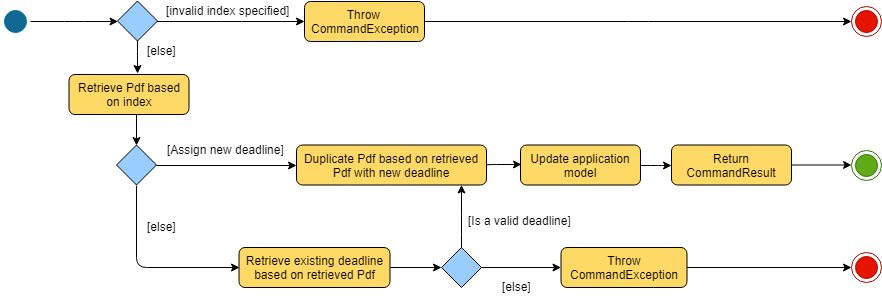
Before: docs/images/DeadlineCommandActivityDiagram.png, a diagram exported from draw.io (nus-cs2103-AY1819S2/addressbook-level4). Source tidied: cells renumbered, new cells last; positions are measured from the earlier drawing's top-left corner, leaving out a move shared by most shapes.
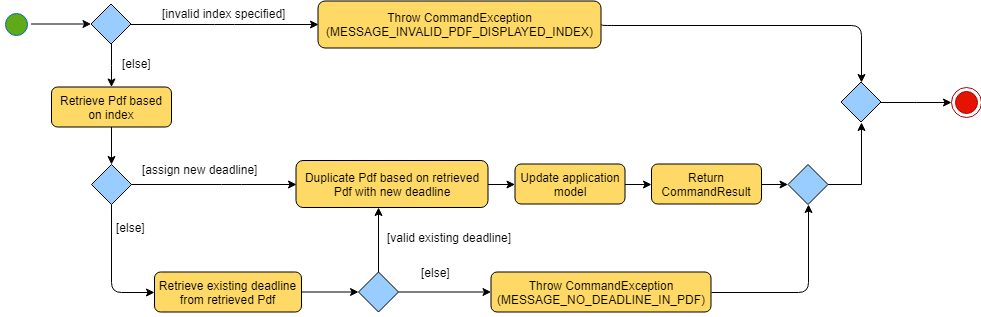
Later version of the same file.

Commit message:
Update diagrams for DeadlineCommand in DG

Change to the diagram source:
```diff
@@ -5,128 +5,123 @@
     <mxCell id="2" style="edgeStyle=orthogonalEdgeStyle;rounded=1;jettySize=auto;html=1;strokeColor=#000000;" parent="1" edge="1" source="3" target="8">
       <mxGeometry relative="1" as="geometry" />
     </mxCell>
-    <mxCell id="3" style="ellipse;html=1;shape=startState;fillColor=#116891;strokeColor=#006EAF;fontColor=#ffffff;" parent="1" vertex="1">
-      <mxGeometry y="6" width="30" height="30" as="geometry" />
+    <mxCell id="3" style="ellipse;html=1;shape=startState;fillColor=#60A917;strokeColor=#006EAF;fontColor=#ffffff;" parent="1" vertex="1">
+      <mxGeometry x="0.5" y="-23.5" width="30" height="30" as="geometry" />
     </mxCell>
     <mxCell id="4" style="ellipse;shape=endState;fillColor=#e51400;strokeColor=#B20000;fontColor=#ffffff;" parent="1" vertex="1">
-      <mxGeometry x="851" y="5.5" width="30" height="30" as="geometry" />
+      <mxGeometry x="950.5" y="54.5" width="30" height="30" as="geometry" />
     </mxCell>
-    <mxCell id="5" style="edgeStyle=orthogonalEdgeStyle;rounded=1;jettySize=auto;html=1;strokeColor=#000000;exitX=1;exitY=0.5;exitDx=0;exitDy=0;" parent="1" edge="1" source="12" target="4">
-      <mxGeometry relative="1" as="geometry" />
+    <mxCell id="5" style="edgeStyle=orthogonalEdgeStyle;rounded=1;jettySize=auto;html=1;strokeColor=#000000;exitX=1;exitY=0.5;exitDx=0;exitDy=0;entryX=0.5;entryY=0;entryDx=0;entryDy=0;" parent="1" edge="1" source="12" target="41">
+      <mxGeometry relative="1" as="geometry">
+        <Array as="points">
+          <mxPoint x="860.5" y="-7.5" />
+        </Array>
+      </mxGeometry>
     </mxCell>
+    <mxCell id="7" style="edgeStyle=orthogonalEdgeStyle;rounded=1;jettySize=auto;html=1;strokeColor=#000000;entryX=0;entryY=0.5;entryDx=0;entryDy=0;" parent="1" edge="1" source="8" target="12">
+      <mxGeometry relative="1" as="geometry" />
+    </mxCell>
-    <mxCell id="6" style="edgeStyle=orthogonalEdgeStyle;rounded=1;jettySize=auto;html=1;strokeColor=#000000;entryX=0.571;entryY=-0.025;entryDx=0;entryDy=0;entryPerimeter=0;" parent="1" edge="1" source="8" target="11">
+    <mxCell id="6" style="edgeStyle=orthogonalEdgeStyle;rounded=0;jettySize=auto;html=1;" parent="1" edge="1" source="8" target="11">
       <mxGeometry relative="1" as="geometry" />
     </mxCell>
-    <mxCell id="7" style="edgeStyle=orthogonalEdgeStyle;rounded=1;jettySize=auto;html=1;strokeColor=#000000;entryX=0;entryY=0.5;entryDx=0;entryDy=0;" parent="1" edge="1" source="8" target="12">
-      <mxGeometry relative="1" as="geometry" />
-    </mxCell>
     <mxCell id="8" style="rhombus;whiteSpace=wrap;html=1;fillColor=#99CCFF;" parent="1" vertex="1">
-      <mxGeometry x="117" y="0.5" width="40" height="40" as="geometry" />
+      <mxGeometry x="90.5" y="-28.5" width="40" height="40" as="geometry" />
     </mxCell>
     <mxCell id="9" value="[else]" style="text;html=1;align=left;verticalAlign=top;spacingTop=-4;" parent="1" vertex="1">
-      <mxGeometry x="145" y="41" width="40" height="20" as="geometry" />
+      <mxGeometry x="119.5" y="22" width="40" height="20" as="geometry" />
     </mxCell>
-    <mxCell id="10" style="edgeStyle=orthogonalEdgeStyle;rounded=1;jettySize=auto;html=1;strokeColor=#000000;entryX=0.5;entryY=0;entryDx=0;entryDy=0;" parent="1" edge="1" target="20">
-      <mxGeometry relative="1" as="geometry">
-        <mxPoint x="136" y="114" as="sourcePoint" />
-        <Array as="points">
-          <mxPoint x="136" y="114" />
-        </Array>
-      </mxGeometry>
-    </mxCell>
+    <mxCell id="12" value="Throw&amp;nbsp;CommandException (&lt;span&gt;MESSAGE_INVALID_PDF_DISPLAYED_INDEX&lt;/span&gt;&lt;span&gt;)&lt;/span&gt;&lt;br&gt;" style="rounded=1;whiteSpace=wrap;html=1;fillColor=#FFD966;" parent="1" vertex="1">
+      <mxGeometry x="317.5" y="-31.5" width="283" height="47" as="geometry" />
+    </mxCell>
+    <mxCell id="37" style="edgeStyle=orthogonalEdgeStyle;rounded=0;jettySize=auto;html=1;" parent="1" edge="1" source="18" target="53">
+      <mxGeometry relative="1" as="geometry" />
+    </mxCell>
+    <mxCell id="18" value="&lt;p&gt;Retrieve existing deadline from retrieved Pdf&lt;/p&gt;" style="rounded=1;whiteSpace=wrap;html=1;fillColor=#FFD966;" parent="1" vertex="1">
+      <mxGeometry x="154" y="239.5" width="147" height="40" as="geometry" />
+    </mxCell>
+    <mxCell id="38" style="edgeStyle=orthogonalEdgeStyle;rounded=1;jettySize=auto;html=1;strokeColor=#000000;entryX=0.5;entryY=1;entryDx=0;entryDy=0;exitX=1;exitY=0.5;exitDx=0;exitDy=0;" parent="1" edge="1" source="39" target="44">
+      <mxGeometry relative="1" as="geometry">
+        <Array as="points">
+          <mxPoint x="808" y="260" />
+        </Array>
+      </mxGeometry>
+    </mxCell>
+    <mxCell id="39" value="&lt;p&gt;Throw CommandException (&lt;span&gt;MESSAGE_NO_DEADLINE_IN_PDF)&lt;/span&gt;&lt;/p&gt;" style="rounded=1;whiteSpace=wrap;html=1;fillColor=#FFD966;" parent="1" vertex="1">
+      <mxGeometry x="490.5" y="239.5" width="220" height="40" as="geometry" />
+    </mxCell>
+    <mxCell id="19" value="[invalid index specified]" style="text;html=1;align=left;verticalAlign=top;spacingTop=-4;" parent="1" vertex="1">
+      <mxGeometry x="159.5" y="-28" width="140" height="20" as="geometry" />
+    </mxCell>
+    <mxCell id="40" style="edgeStyle=orthogonalEdgeStyle;rounded=0;jettySize=auto;html=1;entryX=0;entryY=0.5;entryDx=0;entryDy=0;" parent="1" edge="1" source="41" target="4">
+      <mxGeometry relative="1" as="geometry" />
+    </mxCell>
+    <mxCell id="41" style="rhombus;whiteSpace=wrap;html=1;fillColor=#99CCFF;" parent="1" vertex="1">
+      <mxGeometry x="840.5" y="49.5" width="40" height="40" as="geometry" />
+    </mxCell>
+    <mxCell id="42" style="rhombus;whiteSpace=wrap;html=1;fillColor=#99CCFF;" parent="1" vertex="1">
+      <mxGeometry x="91" y="132" width="40" height="40" as="geometry" />
+    </mxCell>
+    <mxCell id="43" style="edgeStyle=orthogonalEdgeStyle;rounded=0;jettySize=auto;html=1;entryX=0.5;entryY=1;entryDx=0;entryDy=0;" parent="1" edge="1" source="44" target="41">
+      <mxGeometry relative="1" as="geometry" />
+    </mxCell>
+    <mxCell id="44" style="rhombus;whiteSpace=wrap;html=1;fillColor=#99CCFF;" parent="1" vertex="1">
+      <mxGeometry x="787.5" y="132" width="40" height="40" as="geometry" />
+    </mxCell>
+    <mxCell id="45" value="[assign new deadline]" style="text;html=1;align=left;verticalAlign=top;spacingTop=-4;" parent="1" vertex="1">
+      <mxGeometry x="139.5" y="128" width="130" height="20" as="geometry" />
+    </mxCell>
+    <mxCell id="46" value="[else]" style="text;html=1;align=left;verticalAlign=top;spacingTop=-4;" parent="1" vertex="1">
+      <mxGeometry x="114" y="186" width="40" height="20" as="geometry" />
+    </mxCell>
+    <mxCell id="47" style="edgeStyle=orthogonalEdgeStyle;rounded=1;jettySize=auto;html=1;strokeColor=#000000;entryX=0;entryY=0.5;entryDx=0;entryDy=0;exitX=0.5;exitY=1;exitDx=0;exitDy=0;" parent="1" edge="1" source="42" target="18">
+      <mxGeometry relative="1" as="geometry" />
+    </mxCell>
+    <mxCell id="48" style="edgeStyle=orthogonalEdgeStyle;rounded=0;jettySize=auto;html=1;" parent="1" edge="1" source="24" target="56">
+      <mxGeometry relative="1" as="geometry" />
+    </mxCell>
+    <mxCell id="24" value="Duplicate Pdf based on retrieved Pdf with new deadline" style="rounded=1;whiteSpace=wrap;html=1;fillColor=#FFD966;" parent="1" vertex="1">
+      <mxGeometry x="295.5" y="128" width="192" height="47" as="geometry" />
+    </mxCell>
+    <mxCell id="49" style="edgeStyle=orthogonalEdgeStyle;rounded=1;jettySize=auto;html=1;strokeColor=#000000;exitX=1;exitY=0.5;exitDx=0;exitDy=0;entryX=0;entryY=0.5;entryDx=0;entryDy=0;" parent="1" edge="1" source="42" target="24">
+      <mxGeometry relative="1" as="geometry">
+        <Array as="points">
+          <mxPoint x="231" y="152" />
+          <mxPoint x="231" y="152" />
+        </Array>
+      </mxGeometry>
+    </mxCell>
+    <mxCell id="50" style="edgeStyle=orthogonalEdgeStyle;rounded=0;jettySize=auto;html=1;" parent="1" edge="1" source="11" target="42">
+      <mxGeometry relative="1" as="geometry" />
+    </mxCell>
-    <mxCell id="11" value="Retrieve Pdf based on index" style="rounded=1;whiteSpace=wrap;html=1;fillColor=#FFD966;" parent="1" vertex="1">
-      <mxGeometry x="68.5" y="74" width="120" height="40" as="geometry" />
+    <mxCell id="11" value="&lt;p&gt;Retrieve Pdf based on index&lt;/p&gt;" style="rounded=1;whiteSpace=wrap;html=1;fillColor=#FFD966;" parent="1" vertex="1">
+      <mxGeometry x="51" y="54.5" width="120" height="40" as="geometry" />
     </mxCell>
-    <mxCell id="12" value="Throw&amp;nbsp;&lt;br&gt;CommandException" style="rounded=1;whiteSpace=wrap;html=1;fillColor=#FFD966;" parent="1" vertex="1">
-      <mxGeometry x="304" y="1" width="120" height="40" as="geometry" />
-    </mxCell>
-    <mxCell id="13" value="[else]" style="text;html=1;align=left;verticalAlign=top;spacingTop=-4;" parent="1" vertex="1">
-      <mxGeometry x="145" y="217" width="40" height="20" as="geometry" />
-    </mxCell>
-    <mxCell id="14" value="[Assign new deadline]" style="text;html=1;align=left;verticalAlign=top;spacingTop=-4;" parent="1" vertex="1">
-      <mxGeometry x="165" y="139.5" width="130" height="20" as="geometry" />
-    </mxCell>
-    <mxCell id="15" style="edgeStyle=orthogonalEdgeStyle;rounded=1;jettySize=auto;html=1;strokeColor=#000000;exitX=1;exitY=0.5;exitDx=0;exitDy=0;entryX=0;entryY=0.5;entryDx=0;entryDy=0;" parent="1" edge="1" source="20" target="24">
-      <mxGeometry relative="1" as="geometry" />
-    </mxCell>
-    <mxCell id="16" value="Retrieve existing deadline based on retrieved Pdf" style="rounded=1;whiteSpace=wrap;html=1;fillColor=#FFD966;" parent="1" vertex="1">
-      <mxGeometry x="238.5" y="247" width="151" height="40" as="geometry" />
-    </mxCell>
-    <mxCell id="17" style="edgeStyle=orthogonalEdgeStyle;rounded=1;jettySize=auto;html=1;strokeColor=#000000;entryX=0;entryY=0.5;entryDx=0;entryDy=0;" parent="1" edge="1" source="18" target="23">
-      <mxGeometry relative="1" as="geometry" />
-    </mxCell>
-    <mxCell id="18" value="&lt;p&gt;Update application model&lt;/p&gt;" style="rounded=1;whiteSpace=wrap;html=1;fillColor=#FFD966;" parent="1" vertex="1">
-      <mxGeometry x="520" y="144.5" width="120" height="40" as="geometry" />
-    </mxCell>
-    <mxCell id="19" value="[invalid index specified]" style="text;html=1;align=left;verticalAlign=top;spacingTop=-4;" parent="1" vertex="1">
-      <mxGeometry x="164" y="1" width="140" height="20" as="geometry" />
-    </mxCell>
-    <mxCell id="20" style="rhombus;whiteSpace=wrap;html=1;fillColor=#99CCFF;" parent="1" vertex="1">
-      <mxGeometry x="116" y="144.5" width="40" height="40" as="geometry" />
-    </mxCell>
-    <mxCell id="21" style="edgeStyle=orthogonalEdgeStyle;rounded=1;jettySize=auto;html=1;strokeColor=#000000;entryX=0;entryY=0.5;entryDx=0;entryDy=0;exitX=0.5;exitY=1;exitDx=0;exitDy=0;" parent="1" edge="1" source="20" target="16">
-      <mxGeometry relative="1" as="geometry" />
-    </mxCell>
-    <mxCell id="22" style="edgeStyle=orthogonalEdgeStyle;rounded=0;jettySize=auto;html=1;" parent="1" edge="1" target="23">
-      <mxGeometry relative="1" as="geometry">
-        <mxPoint x="751" y="165" as="sourcePoint" />
-        <Array as="points">
-          <mxPoint x="761" y="165" />
-          <mxPoint x="761" y="166" />
-        </Array>
-      </mxGeometry>
-    </mxCell>
+    <mxCell id="51" style="edgeStyle=orthogonalEdgeStyle;rounded=0;jettySize=auto;html=1;entryX=0.43;entryY=1;entryDx=0;entryDy=0;entryPerimeter=0;" parent="1" edge="1" source="53" target="24">
+      <mxGeometry relative="1" as="geometry" />
+    </mxCell>
+    <mxCell id="52" style="edgeStyle=orthogonalEdgeStyle;rounded=0;jettySize=auto;html=1;" parent="1" edge="1" source="53" target="39">
+      <mxGeometry relative="1" as="geometry" />
+    </mxCell>
+    <mxCell id="53" style="rhombus;whiteSpace=wrap;html=1;fillColor=#99CCFF;" parent="1" vertex="1">
+      <mxGeometry x="358" y="239.5" width="40" height="40" as="geometry" />
+    </mxCell>
+    <mxCell id="54" value="[else]" style="text;html=1;align=left;verticalAlign=top;spacingTop=-4;" parent="1" vertex="1">
+      <mxGeometry x="419" y="230.5" width="40" height="20" as="geometry" />
+    </mxCell>
+    <mxCell id="55" style="edgeStyle=orthogonalEdgeStyle;rounded=0;jettySize=auto;html=1;" parent="1" edge="1" source="56" target="23">
+      <mxGeometry relative="1" as="geometry" />
+    </mxCell>
+    <mxCell id="56" value="&lt;p&gt;Update application model&lt;/p&gt;" style="rounded=1;whiteSpace=wrap;html=1;fillColor=#FFD966;" parent="1" vertex="1">
+      <mxGeometry x="514.5" y="131.5" width="110" height="40" as="geometry" />
+    </mxCell>
+    <mxCell id="57" style="edgeStyle=orthogonalEdgeStyle;rounded=0;jettySize=auto;html=1;" parent="1" edge="1" source="23" target="44">
+      <mxGeometry relative="1" as="geometry" />
+    </mxCell>
-    <mxCell id="23" value="Return CommandResult" style="rounded=1;whiteSpace=wrap;html=1;fillColor=#FFD966;" parent="1" vertex="1">
-      <mxGeometry x="671" y="144.5" width="120" height="40" as="geometry" />
+    <mxCell id="23" value="&lt;p&gt;Return CommandResult&lt;/p&gt;" style="rounded=1;whiteSpace=wrap;html=1;fillColor=#FFD966;" parent="1" vertex="1">
+      <mxGeometry x="651" y="131.5" width="110" height="40" as="geometry" />
     </mxCell>
-    <mxCell id="24" value="&lt;p&gt;Duplicate Pdf based on retrieved Pdf with new deadline&lt;/p&gt;" style="rounded=1;whiteSpace=wrap;html=1;fillColor=#FFD966;" parent="1" vertex="1">
-      <mxGeometry x="296" y="144.5" width="190" height="40" as="geometry" />
-    </mxCell>
-    <mxCell id="25" style="edgeStyle=orthogonalEdgeStyle;rounded=1;jettySize=auto;html=1;strokeColor=#000000;exitX=1;exitY=0.5;exitDx=0;exitDy=0;" parent="1" edge="1" source="24">
-      <mxGeometry relative="1" as="geometry">
-        <mxPoint x="521" y="164" as="targetPoint" />
-        <Array as="points">
-          <mxPoint x="486" y="164" />
-        </Array>
-      </mxGeometry>
-    </mxCell>
-    <mxCell id="26" style="edgeStyle=orthogonalEdgeStyle;rounded=0;jettySize=auto;html=1;" parent="1" edge="1" source="27" target="31">
-      <mxGeometry relative="1" as="geometry" />
-    </mxCell>
-    <mxCell id="27" style="rhombus;whiteSpace=wrap;html=1;fillColor=#99CCFF;" parent="1" vertex="1">
-      <mxGeometry x="441" y="247" width="40" height="40" as="geometry" />
-    </mxCell>
-    <mxCell id="28" style="edgeStyle=orthogonalEdgeStyle;rounded=1;jettySize=auto;html=1;strokeColor=#000000;exitX=0.5;exitY=0;exitDx=0;exitDy=0;" parent="1" edge="1" source="27" target="24">
-      <mxGeometry relative="1" as="geometry">
-        <Array as="points">
-          <mxPoint x="461" y="224" />
-          <mxPoint x="461" y="224" />
-        </Array>
-      </mxGeometry>
-    </mxCell>
-    <mxCell id="29" value="[Is a valid deadline]" style="text;html=1;align=left;verticalAlign=top;spacingTop=-4;" parent="1" vertex="1">
-      <mxGeometry x="466" y="211" width="120" height="20" as="geometry" />
-    </mxCell>
-    <mxCell id="30" style="edgeStyle=orthogonalEdgeStyle;rounded=1;jettySize=auto;html=1;strokeColor=#000000;entryX=0;entryY=0.5;entryDx=0;entryDy=0;exitX=1;exitY=0.5;exitDx=0;exitDy=0;" parent="1" edge="1" source="16" target="27">
-      <mxGeometry relative="1" as="geometry" />
-    </mxCell>
-    <mxCell id="31" value="&lt;p&gt;Throw CommandException&lt;/p&gt;" style="rounded=1;whiteSpace=wrap;html=1;fillColor=#FFD966;" parent="1" vertex="1">
-      <mxGeometry x="560.5" y="247" width="126" height="40" as="geometry" />
-    </mxCell>
-    <mxCell id="32" value="[else]" style="text;html=1;align=left;verticalAlign=top;spacingTop=-4;" parent="1" vertex="1">
-      <mxGeometry x="500" y="277" width="40" height="20" as="geometry" />
-    </mxCell>
-    <mxCell id="33" style="ellipse;shape=endState;fillColor=#e51400;strokeColor=#B20000;fontColor=#ffffff;" parent="1" vertex="1">
-      <mxGeometry x="851" y="252" width="30" height="30" as="geometry" />
-    </mxCell>
-    <mxCell id="34" style="edgeStyle=orthogonalEdgeStyle;rounded=0;jettySize=auto;html=1;" parent="1" edge="1" source="31" target="33">
-      <mxGeometry relative="1" as="geometry" />
-    </mxCell>
-    <mxCell id="35" style="ellipse;shape=endState;fillColor=#60a917;strokeColor=#2D7600;fontColor=#ffffff;" parent="1" vertex="1">
-      <mxGeometry x="851" y="149.5" width="30" height="30" as="geometry" />
-    </mxCell>
-    <mxCell id="36" style="edgeStyle=orthogonalEdgeStyle;rounded=0;jettySize=auto;html=1;" parent="1" edge="1" source="23" target="35">
-      <mxGeometry relative="1" as="geometry" />
-    </mxCell>
+    <mxCell id="58" value="[valid existing deadline]" style="text;html=1;align=left;verticalAlign=top;spacingTop=-4;" parent="1" vertex="1">
+      <mxGeometry x="384.5" y="196" width="140" height="20" as="geometry" />
+    </mxCell>
   </root>
 </mxGraphModel>
```
